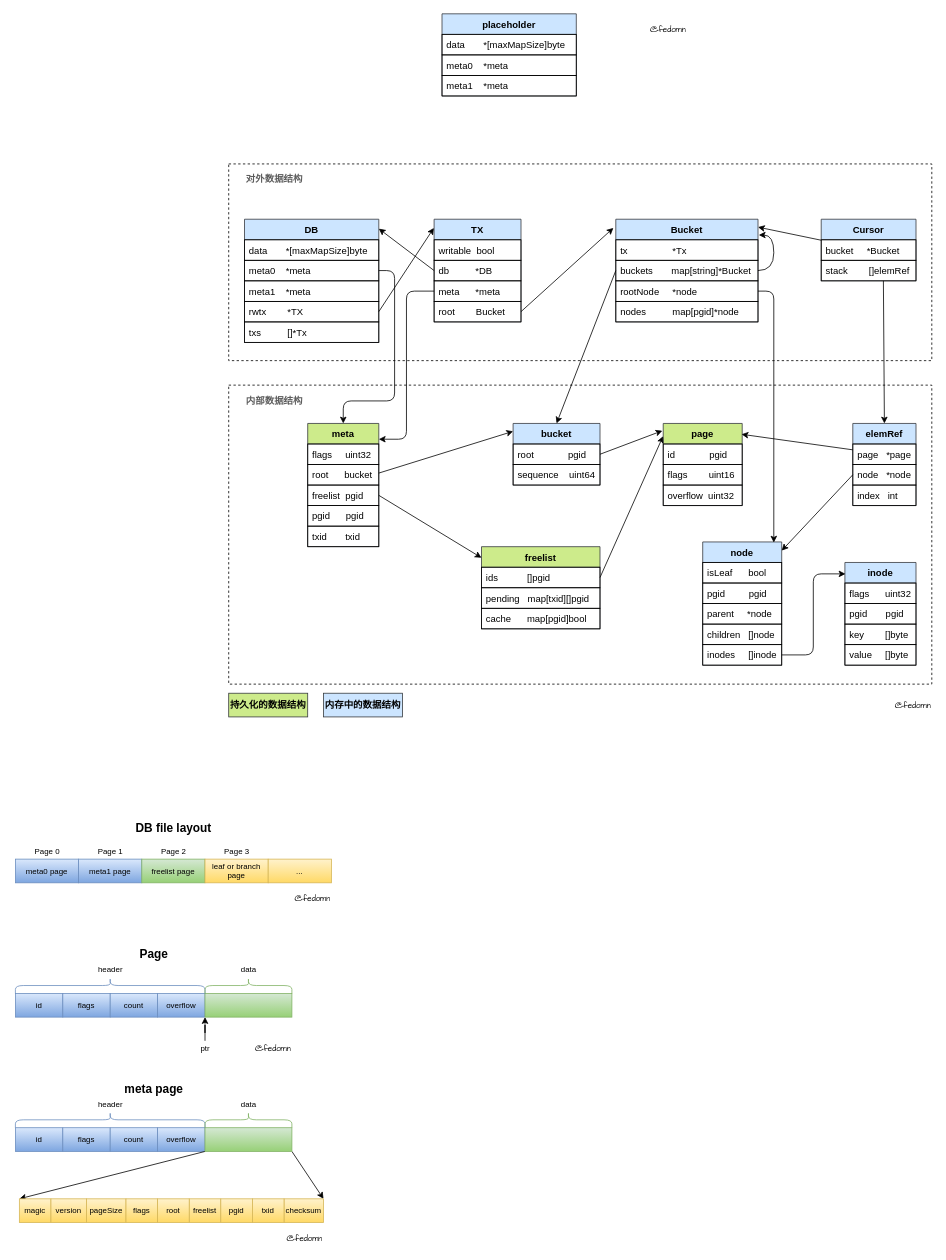
Earlier version of the draw.io diagram drawio/boltdb.drawio (Fedomn/misc-blog-assets). Source tidied: cells renumbered, new cells numbered last; positions are measured from the earlier drawing's top-left corner, leaving out a move shared by most shapes. Both pictures are drawn from the tidied source at 79%, with x=0, y=0 at pixel (15, 13).
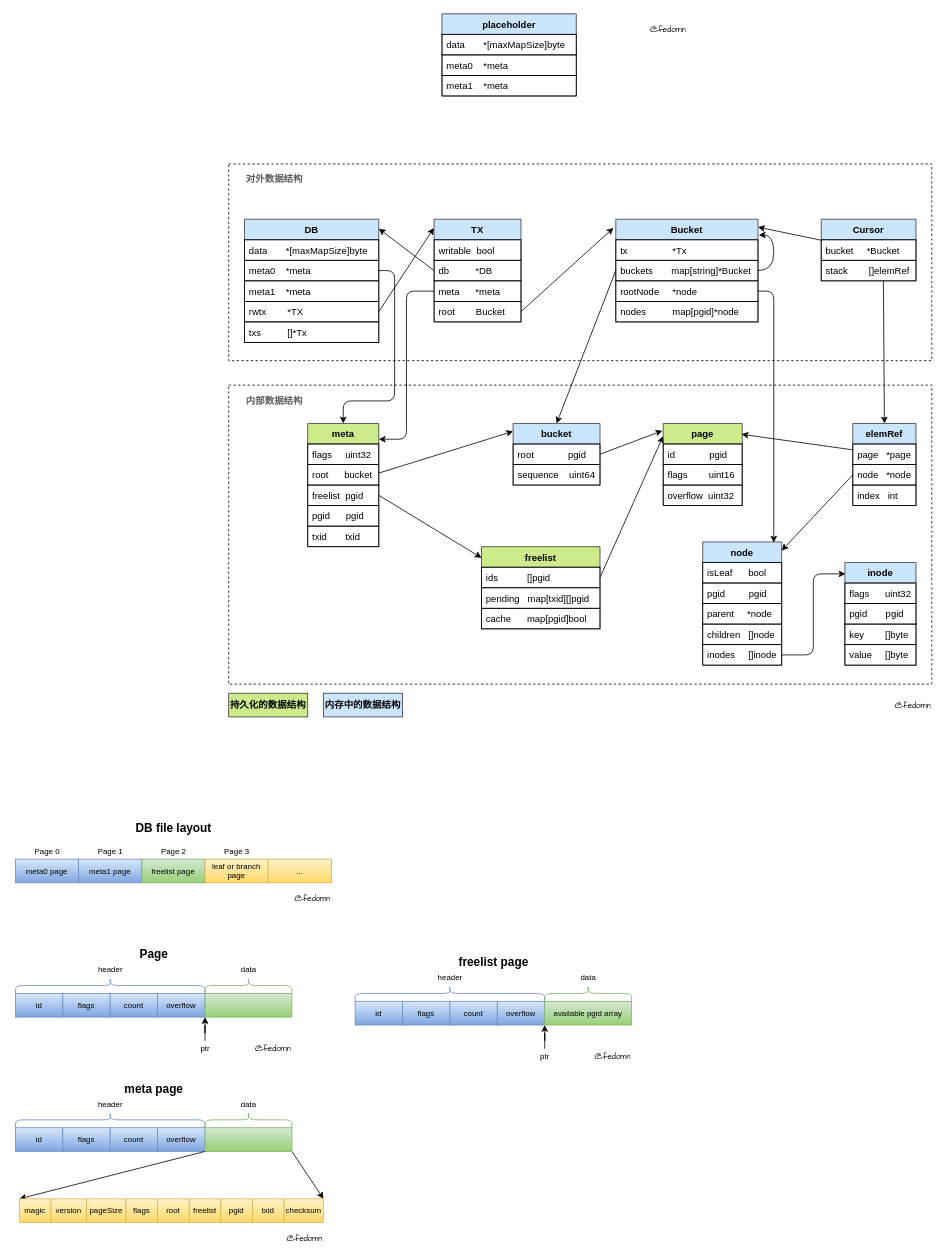
The same diagram, later.

The edit, as a diff of the source:
```diff
@@
+    <mxCell id="128" value="&lt;font&gt;id&lt;/font&gt;" style="whiteSpace=wrap;html=1;fontFamily=Helvetica;fontSize=10;align=center;fontStyle=0;fillColor=#dae8fc;strokeColor=#6c8ebf;gradientColor=#7ea6e0;" parent="1" vertex="1">
+      <mxGeometry x="430" y="1250" width="60" height="30" as="geometry" />
+    </mxCell>
+    <mxCell id="129" value="&lt;font&gt;flags&lt;br&gt;&lt;/font&gt;" style="whiteSpace=wrap;html=1;fontFamily=Helvetica;fontSize=10;align=center;fontStyle=0;fillColor=#dae8fc;strokeColor=#6c8ebf;gradientColor=#7ea6e0;" parent="1" vertex="1">
+      <mxGeometry x="490" y="1250" width="60" height="30" as="geometry" />
+    </mxCell>
+    <mxCell id="130" value="&lt;font&gt;count&lt;/font&gt;" style="whiteSpace=wrap;html=1;fontFamily=Helvetica;fontSize=10;align=center;fontStyle=0;fillColor=#dae8fc;strokeColor=#6c8ebf;gradientColor=#7ea6e0;" parent="1" vertex="1">
+      <mxGeometry x="550" y="1250" width="60" height="30" as="geometry" />
+    </mxCell>
+    <mxCell id="131" value="&lt;font&gt;overflow&lt;/font&gt;" style="whiteSpace=wrap;html=1;fontFamily=Helvetica;fontSize=10;align=center;fontStyle=0;fillColor=#dae8fc;strokeColor=#6c8ebf;gradientColor=#7ea6e0;" parent="1" vertex="1">
+      <mxGeometry x="610" y="1250" width="60" height="30" as="geometry" />
+    </mxCell>
+    <mxCell id="132" value="available pgid array" style="whiteSpace=wrap;html=1;fontFamily=Helvetica;fontSize=10;align=center;fontStyle=0;fillColor=#d5e8d4;strokeColor=#82b366;gradientColor=#97d077;" parent="1" vertex="1">
+      <mxGeometry x="670" y="1250" width="110" height="30" as="geometry" />
+    </mxCell>
+    <mxCell id="133" style="edgeStyle=orthogonalEdgeStyle;rounded=0;jettySize=auto;html=1;entryX=0;entryY=1;entryDx=0;entryDy=0;fontFamily=Helvetica;fontSize=10;" parent="1" edge="1" source="134" target="132">
+      <mxGeometry relative="1" as="geometry" />
+    </mxCell>
+    <mxCell id="134" value="ptr" style="text;html=1;align=center;verticalAlign=middle;points=[];fillColor=none;strokeColor=none;rounded=0;fontFamily=Helvetica;fontSize=10;" parent="1" vertex="1">
+      <mxGeometry x="655" y="1310" width="30" height="20" as="geometry" />
+    </mxCell>
+    <mxCell id="135" style="shape=curlyBracket;whiteSpace=wrap;html=1;rounded=1;gradientColor=#7ea6e0;fontFamily=Helvetica;fontSize=10;align=center;rotation=90;fillColor=#dae8fc;strokeColor=#6c8ebf;" parent="1" vertex="1">
+      <mxGeometry x="540" y="1120" width="20" height="240" as="geometry" />
+    </mxCell>
+    <mxCell id="136" style="shape=curlyBracket;whiteSpace=wrap;html=1;rounded=1;gradientColor=#97d077;fontFamily=Helvetica;fontSize=10;align=center;rotation=90;fillColor=#d5e8d4;strokeColor=#82b366;" parent="1" vertex="1">
+      <mxGeometry x="715" y="1185" width="20" height="110" as="geometry" />
+    </mxCell>
+    <mxCell id="137" value="header" style="text;html=1;align=center;verticalAlign=middle;fillColor=none;strokeColor=none;rounded=0;fontFamily=Helvetica;fontSize=10;" parent="1" vertex="1">
+      <mxGeometry x="525" y="1210" width="50" height="20" as="geometry" />
+    </mxCell>
+    <mxCell id="138" value="data" style="text;html=1;align=center;verticalAlign=middle;fillColor=none;strokeColor=none;rounded=0;fontFamily=Helvetica;fontSize=10;" parent="1" vertex="1">
+      <mxGeometry x="710" y="1210" width="30" height="20" as="geometry" />
+    </mxCell>
+    <mxCell id="139" value="@fedomn" style="text;html=1;align=right;verticalAlign=middle;fillColor=none;strokeColor=none;rounded=0;fontStyle=0;fontFamily=Comic Sans MS;fontSize=10;" parent="1" vertex="1">
+      <mxGeometry x="720" y="1310" width="60" height="20" as="geometry" />
+    </mxCell>
+    <mxCell id="140" value="&lt;b&gt;&lt;font style=&quot;font-size: 15px&quot;&gt;freelist page&lt;/font&gt;&lt;/b&gt;" style="text;html=1;align=center;verticalAlign=middle;fillColor=none;strokeColor=none;rounded=0;fontFamily=Helvetica;fontSize=10;" parent="1" vertex="1">
+      <mxGeometry x="555" y="1190" width="100" height="20" as="geometry" />
+    </mxCell>
```
